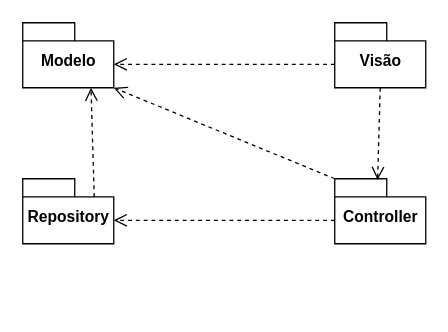
This is packdiagram.drawio from kaiohenricunha/UML, a draw.io file, before an edit. Source tidied: cells renumbered, new cells numbered last; positions are measured from the earlier drawing's top-left corner, leaving out a move shared by most shapes. Both pictures are drawn from the tidied source at 130%, with x=0, y=0 at pixel (22, 22).
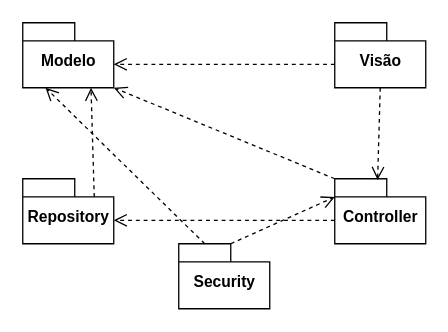
Above is the later version.

The edit, as a diff of the source:
```diff
@@
 <mxGraphModel>
   <root>
     <mxCell id="0" />
     <mxCell id="1" parent="0" />
     <mxCell id="2" value="Modelo" style="shape=folder;fontStyle=1;spacingTop=10;tabWidth=40;tabHeight=14;tabPosition=left;html=1;" parent="1" vertex="1">
       <mxGeometry width="70" height="50" as="geometry" />
     </mxCell>
     <mxCell id="3" value="Visão" style="shape=folder;fontStyle=1;spacingTop=10;tabWidth=40;tabHeight=14;tabPosition=left;html=1;" parent="1" vertex="1">
       <mxGeometry x="240" width="70" height="50" as="geometry" />
     </mxCell>
     <mxCell id="4" value="Controller" style="shape=folder;fontStyle=1;spacingTop=10;tabWidth=40;tabHeight=14;tabPosition=left;html=1;" parent="1" vertex="1">
       <mxGeometry x="240" y="120" width="70" height="50" as="geometry" />
     </mxCell>
     <mxCell id="5" value="Repository" style="shape=folder;fontStyle=1;spacingTop=10;tabWidth=40;tabHeight=14;tabPosition=left;html=1;" parent="1" vertex="1">
       <mxGeometry y="120" width="70" height="50" as="geometry" />
     </mxCell>
     <mxCell id="6" style="html=1;verticalAlign=bottom;endArrow=open;dashed=1;endSize=8;entryX=0;entryY=0;entryDx=70;entryDy=32;entryPerimeter=0;exitX=0;exitY=0;exitDx=0;exitDy=32;exitPerimeter=0;" parent="1" edge="1" source="3" target="2">
       <mxGeometry relative="1" as="geometry" />
     </mxCell>
     <mxCell id="7" style="html=1;verticalAlign=bottom;endArrow=open;dashed=1;endSize=8;entryX=0.75;entryY=1;entryDx=0;entryDy=0;entryPerimeter=0;exitX=0;exitY=0;exitDx=55;exitDy=14;exitPerimeter=0;" parent="1" edge="1" source="5" target="2">
       <mxGeometry relative="1" as="geometry" />
     </mxCell>
     <mxCell id="8" style="html=1;verticalAlign=bottom;endArrow=open;dashed=1;endSize=8;entryX=0;entryY=0;entryDx=70;entryDy=32;entryPerimeter=0;exitX=0;exitY=0;exitDx=0;exitDy=32;exitPerimeter=0;" parent="1" edge="1" source="4" target="5">
       <mxGeometry relative="1" as="geometry" />
     </mxCell>
     <mxCell id="9" style="html=1;verticalAlign=bottom;endArrow=open;dashed=1;endSize=8;entryX=0.471;entryY=0.02;entryDx=0;entryDy=0;entryPerimeter=0;exitX=0.5;exitY=1;exitDx=0;exitDy=0;exitPerimeter=0;" parent="1" edge="1" source="3" target="4">
       <mxGeometry relative="1" as="geometry" />
     </mxCell>
     <mxCell id="10" style="html=1;verticalAlign=bottom;endArrow=open;dashed=1;endSize=8;entryX=0;entryY=0;entryDx=70;entryDy=50;entryPerimeter=0;exitX=0;exitY=0;exitDx=0;exitDy=0;exitPerimeter=0;" parent="1" edge="1" source="4" target="2">
       <mxGeometry relative="1" as="geometry" />
     </mxCell>
+    <mxCell id="11" value="Security" style="shape=folder;fontStyle=1;spacingTop=10;tabWidth=40;tabHeight=14;tabPosition=left;html=1;" parent="1" vertex="1">
+      <mxGeometry x="120" y="170" width="70" height="50" as="geometry" />
+    </mxCell>
+    <mxCell id="12" style="html=1;verticalAlign=bottom;endArrow=open;dashed=1;endSize=8;entryX=0.25;entryY=1;entryDx=0;entryDy=0;entryPerimeter=0;exitX=0;exitY=0;exitDx=20;exitDy=0;exitPerimeter=0;" parent="1" edge="1" source="11" target="2">
+      <mxGeometry relative="1" as="geometry" />
+    </mxCell>
+    <mxCell id="13" style="html=1;verticalAlign=bottom;endArrow=open;dashed=1;endSize=8;entryX=0;entryY=0;entryDx=0;entryDy=14;entryPerimeter=0;exitX=0;exitY=0;exitDx=40;exitDy=0;exitPerimeter=0;" parent="1" edge="1" source="11" target="4">
+      <mxGeometry relative="1" as="geometry" />
+    </mxCell>
   </root>
 </mxGraphModel>
```
